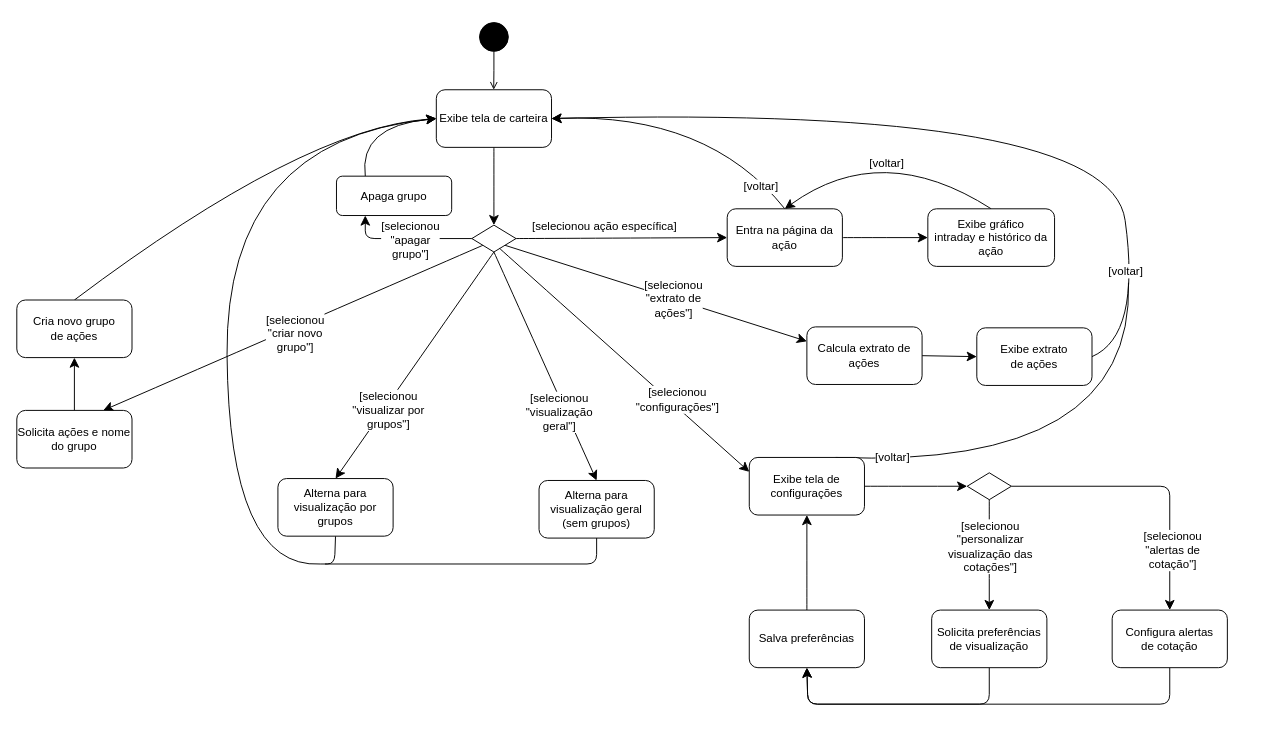
The draw.io diagram diagrama_atividades/diagrama_atividades_modulo_carteira.drawio in gb-cs-rt/home_broker, before the edit. Source tidied: cells renumbered, new cells numbered last; positions are measured from the earlier drawing's top-left corner, leaving out a move shared by most shapes. Both pictures are drawn from the tidied source at 96%, with x=0, y=0 at pixel (16, 22).
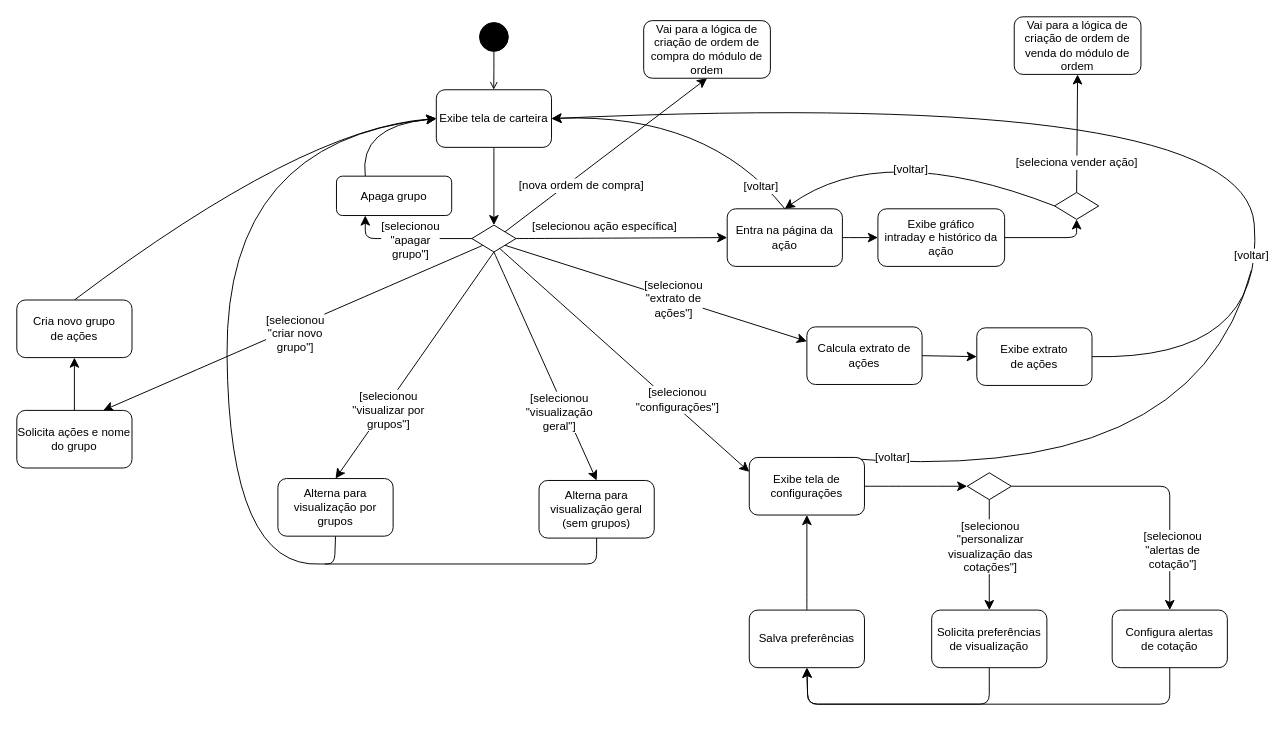
The same page after the edit.

Commit message (it also covers changes not shown here):
diagrama atividades carteira atualizado

The change refers to these unchanged cells:
```xml
<mxCell id="5" value="Exibe tela de carteira" style="rounded=1;whiteSpace=wrap;html=1;" parent="1" vertex="1">
  <mxGeometry x="437" y="70" width="120" height="60" as="geometry" />
</mxCell>
<mxCell id="18" style="rhombus;whiteSpace=wrap;html=1;" parent="1" vertex="1">
  <mxGeometry x="474" y="211" width="46" height="28" as="geometry" />
</mxCell>
<mxCell id="21" value="Entra na página da ação" style="rounded=1;whiteSpace=wrap;html=1;" parent="1" vertex="1">
  <mxGeometry x="740" y="194" width="120" height="60" as="geometry" />
</mxCell>
<mxCell id="38" value="Exibe extrato&lt;div&gt;de ações&lt;/div&gt;" style="rounded=1;whiteSpace=wrap;html=1;" parent="1" vertex="1">
  <mxGeometry x="1000" y="318" width="120" height="60" as="geometry" />
</mxCell>
<mxCell id="46" value="Exibe tela de configurações" style="rounded=1;whiteSpace=wrap;html=1;" parent="1" vertex="1">
  <mxGeometry x="763" y="453" width="120" height="60" as="geometry" />
</mxCell>
```

The edit, as a diff of the source:
```diff
@@
+    <mxCell id="59" style="edgeStyle=none;shape=connector;curved=0;rounded=1;jettySize=auto;html=1;exitX=1;exitY=0;exitDx=0;exitDy=0;entryX=0.5;entryY=1;entryDx=0;entryDy=0;strokeColor=default;align=center;verticalAlign=middle;fontFamily=Helvetica;fontSize=12;fontColor=default;labelBackgroundColor=default;startSize=8;endArrow=classic;endSize=8;" parent="1" edge="1" source="18" target="66">
+      <mxGeometry relative="1" as="geometry" />
+    </mxCell>
+    <mxCell id="60" value="[nova ordem de compra]" style="edgeLabel;html=1;align=center;verticalAlign=middle;fontSize=12;fontFamily=Helvetica;fontColor=default;labelBackgroundColor=default;" parent="59" vertex="1">
+      <mxGeometry x="-0.5" y="-1" relative="1" as="geometry">
+        <mxPoint x="26" y="-9" as="offset" />
+      </mxGeometry>
+    </mxCell>
@@
+    <mxCell id="20" style="edgeStyle=none;curved=1;rounded=0;jettySize=auto;html=1;exitX=0.5;exitY=0;exitDx=0;exitDy=0;entryX=1;entryY=0.5;entryDx=0;entryDy=0;fontSize=12;startSize=8;endSize=8;" parent="1" edge="1" source="21" target="5">
+      <mxGeometry relative="1" as="geometry">
+        <Array as="points">
+          <mxPoint x="720" y="94" />
+        </Array>
+      </mxGeometry>
+    </mxCell>
@@
-    <mxCell id="20" style="edgeStyle=none;curved=1;rounded=0;jettySize=auto;html=1;exitX=0.5;exitY=0;exitDx=0;exitDy=0;entryX=1;entryY=0.5;entryDx=0;entryDy=0;fontSize=12;startSize=8;endSize=8;" parent="1" edge="1" source="21" target="5">
-      <mxGeometry relative="1" as="geometry">
-        <Array as="points">
-          <mxPoint x="720" y="94" />
-        </Array>
-      </mxGeometry>
-    </mxCell>
@@
-    <mxCell id="22" style="edgeStyle=none;curved=1;rounded=0;jettySize=auto;html=1;exitX=0.5;exitY=0;exitDx=0;exitDy=0;entryX=0.5;entryY=0;entryDx=0;entryDy=0;fontSize=12;startSize=8;endSize=8;" parent="1" edge="1" source="24" target="21">
+    <mxCell id="22" style="edgeStyle=none;curved=1;rounded=0;jettySize=auto;html=1;exitX=0;exitY=0.5;exitDx=0;exitDy=0;entryX=0.5;entryY=0;entryDx=0;entryDy=0;fontSize=12;startSize=8;endSize=8;" parent="1" edge="1" source="64" target="21">
       <mxGeometry relative="1" as="geometry">
         <Array as="points">
           <mxPoint x="901" y="121" />
         </Array>
       </mxGeometry>
     </mxCell>
     <mxCell id="23" value="[voltar]" style="edgeLabel;html=1;align=center;verticalAlign=middle;fontSize=12;" parent="22" vertex="1">
       <mxGeometry x="0.19" y="9" relative="1" as="geometry">
-        <mxPoint x="15" y="7" as="offset" />
+        <mxPoint x="29" y="22" as="offset" />
       </mxGeometry>
     </mxCell>
+    <mxCell id="61" style="edgeStyle=none;curved=0;rounded=1;jettySize=auto;html=1;exitX=1;exitY=0.5;exitDx=0;exitDy=0;entryX=0.5;entryY=1;entryDx=0;entryDy=0;fontSize=12;startSize=8;endSize=8;" parent="1" edge="1" source="24" target="64">
+      <mxGeometry relative="1" as="geometry">
+        <Array as="points">
+          <mxPoint x="1104" y="224" />
+        </Array>
+      </mxGeometry>
+    </mxCell>
     <mxCell id="24" value="Exibe gráfico&lt;div&gt;intraday e histórico da ação&lt;/div&gt;" style="rounded=1;whiteSpace=wrap;html=1;" parent="1" vertex="1">
-      <mxGeometry x="949" y="194" width="132" height="60" as="geometry" />
+      <mxGeometry x="897" y="194" width="132" height="60" as="geometry" />
     </mxCell>
@@
     <mxCell id="37" style="edgeStyle=none;shape=connector;curved=1;rounded=0;jettySize=auto;html=1;exitX=1;exitY=0.5;exitDx=0;exitDy=0;entryX=1;entryY=0.5;entryDx=0;entryDy=0;strokeColor=default;align=center;verticalAlign=middle;fontFamily=Helvetica;fontSize=12;fontColor=default;labelBackgroundColor=default;startSize=8;endArrow=classic;endSize=8;" parent="1" edge="1" source="38" target="5">
       <mxGeometry relative="1" as="geometry">
         <Array as="points">
-          <mxPoint x="1171" y="326" />
-          <mxPoint x="1138" y="86" />
+          <mxPoint x="1300" y="352" />
+          <mxPoint x="1278" y="68" />
         </Array>
       </mxGeometry>
     </mxCell>
@@
     <mxCell id="39" value="[voltar]" style="edgeLabel;html=1;align=center;verticalAlign=middle;fontSize=12;" parent="1" vertex="1">
-      <mxGeometry x="1154" y="258" as="geometry" />
+      <mxGeometry x="1285" y="242" as="geometry" />
     </mxCell>
@@
     <mxCell id="45" style="edgeStyle=none;shape=connector;curved=1;rounded=0;jettySize=auto;html=1;exitX=0.75;exitY=0;exitDx=0;exitDy=0;strokeColor=default;align=center;verticalAlign=middle;fontFamily=Helvetica;fontSize=12;fontColor=default;labelBackgroundColor=default;startSize=8;endArrow=none;endSize=8;endFill=0;" parent="1" edge="1" source="46">
       <mxGeometry relative="1" as="geometry">
-        <mxPoint x="1158" y="271" as="targetPoint" />
+        <mxPoint x="1286" y="258" as="targetPoint" />
         <Array as="points">
-          <mxPoint x="1164" y="465" />
+          <mxPoint x="1226" y="487" />
         </Array>
       </mxGeometry>
     </mxCell>
@@
+    <mxCell id="62" style="edgeStyle=none;shape=connector;curved=0;rounded=1;jettySize=auto;html=1;exitX=0.5;exitY=0;exitDx=0;exitDy=0;entryX=0.5;entryY=1;entryDx=0;entryDy=0;strokeColor=default;align=center;verticalAlign=middle;fontFamily=Helvetica;fontSize=12;fontColor=default;labelBackgroundColor=default;startSize=8;endArrow=classic;endSize=8;" parent="1" edge="1" source="64" target="65">
+      <mxGeometry relative="1" as="geometry" />
+    </mxCell>
+    <mxCell id="63" value="[seleciona vender ação]" style="edgeLabel;html=1;align=center;verticalAlign=middle;fontSize=12;fontFamily=Helvetica;fontColor=default;labelBackgroundColor=default;" parent="62" vertex="1">
+      <mxGeometry x="-0.49" y="1" relative="1" as="geometry" />
+    </mxCell>
+    <mxCell id="64" style="rhombus;whiteSpace=wrap;html=1;" parent="1" vertex="1">
+      <mxGeometry x="1081" y="177" width="46" height="28" as="geometry" />
+    </mxCell>
+    <mxCell id="65" value="Vai para a lógica de criação de ordem de venda do módulo de ordem" style="rounded=1;whiteSpace=wrap;html=1;" parent="1" vertex="1">
+      <mxGeometry x="1039" y="-6" width="132" height="60" as="geometry" />
+    </mxCell>
+    <mxCell id="66" value="Vai para a lógica de criação de ordem de compra do módulo de ordem" style="rounded=1;whiteSpace=wrap;html=1;" parent="1" vertex="1">
+      <mxGeometry x="653" y="-2" width="132" height="60" as="geometry" />
+    </mxCell>
```
